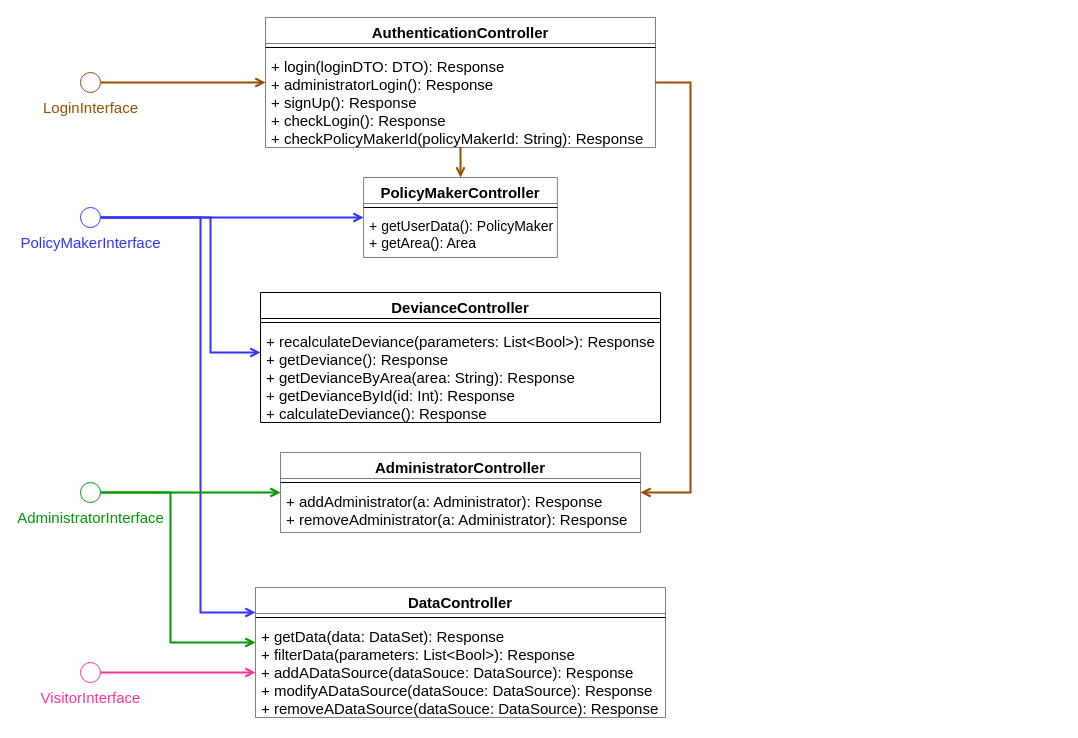
Before: page "ComponentInterfaceAdministrator" (2 of 2) of DD Diagrams/ComponentInterfaces.drawio in matteovisotto/SE2-CecchettoSirianiVisotto, a draw.io diagram. Source tidied: cells renumbered, new cells numbered last; positions are measured from the earlier drawing's top-left corner, leaving out a move shared by most shapes. Both pictures are drawn from the tidied source at 100%, with x=0, y=0 at pixel (80, 17).
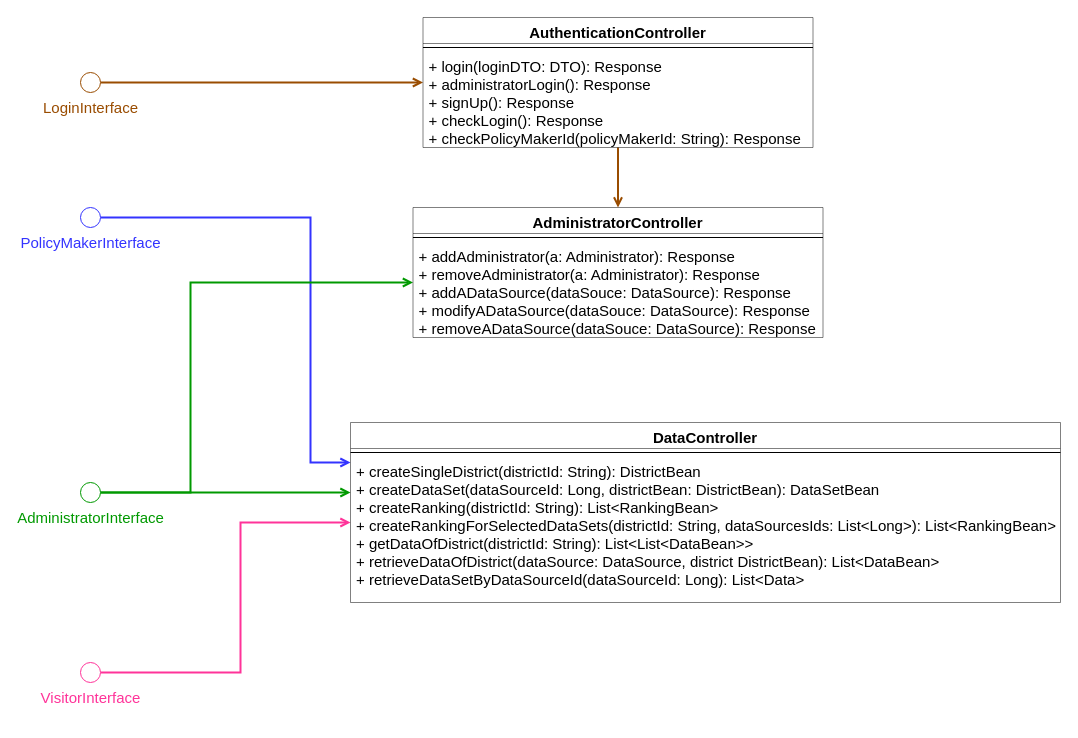
The same diagram, later.

Unchanged cells that the change refers to:
```xml
<mxCell id="5" value="&lt;font color=&quot;#3333ff&quot; style=&quot;font-size: 15px&quot;&gt;PolicyMakerInterface&lt;/font&gt;" style="verticalLabelPosition=bottom;verticalAlign=top;html=1;shape=mxgraph.flowchart.on-page_reference;strokeWidth=1;strokeColor=#3333FF;" parent="1" vertex="1">
  <mxGeometry y="190" width="20" height="20" as="geometry" />
</mxCell>
<mxCell id="10" value="&lt;font color=&quot;#009900&quot; style=&quot;font-size: 15px&quot;&gt;AdministratorInterface&lt;/font&gt;" style="verticalLabelPosition=bottom;verticalAlign=top;html=1;shape=mxgraph.flowchart.on-page_reference;strokeWidth=1;strokeColor=#009900;" parent="1" vertex="1">
  <mxGeometry y="465" width="20" height="20" as="geometry" />
</mxCell>
<mxCell id="12" value="&lt;font color=&quot;#ff3399&quot; style=&quot;font-size: 15px&quot;&gt;VisitorInterface&lt;/font&gt;" style="verticalLabelPosition=bottom;verticalAlign=top;html=1;shape=mxgraph.flowchart.on-page_reference;strokeWidth=1;strokeColor=#FF3399;" parent="1" vertex="1">
  <mxGeometry y="645" width="20" height="20" as="geometry" />
</mxCell>
```

The edit, as a diff of the source:
```diff
@@
-    <mxCell id="2" style="edgeStyle=orthogonalEdgeStyle;rounded=0;jettySize=auto;html=1;endArrow=open;endFill=0;strokeColor=#3333FF;strokeWidth=2;" parent="1" edge="1" source="5" target="16">
-      <mxGeometry relative="1" as="geometry" />
-    </mxCell>
     <mxCell id="3" style="edgeStyle=orthogonalEdgeStyle;rounded=0;jettySize=auto;html=1;exitX=1;exitY=0.5;exitDx=0;exitDy=0;exitPerimeter=0;endArrow=open;endFill=0;strokeColor=#3333FF;strokeWidth=2;" parent="1" edge="1" source="5" target="19">
       <mxGeometry relative="1" as="geometry">
         <Array as="points">
-          <mxPoint x="120" y="200" />
-          <mxPoint x="120" y="595" />
+          <mxPoint x="230" y="200" />
+          <mxPoint x="230" y="445" />
         </Array>
       </mxGeometry>
     </mxCell>
-    <mxCell id="4" style="edgeStyle=orthogonalEdgeStyle;rounded=0;jettySize=auto;html=1;exitX=1;exitY=0.5;exitDx=0;exitDy=0;exitPerimeter=0;fontColor=#000000;endArrow=open;endFill=0;strokeColor=#3333FF;strokeWidth=2;" parent="1" edge="1" source="5" target="27">
-      <mxGeometry relative="1" as="geometry">
-        <Array as="points">
-          <mxPoint x="130" y="200" />
-          <mxPoint x="130" y="335" />
-        </Array>
-      </mxGeometry>
-    </mxCell>
@@
     <mxCell id="8" style="edgeStyle=orthogonalEdgeStyle;rounded=0;jettySize=auto;html=1;endArrow=open;endFill=0;exitX=1;exitY=0.5;exitDx=0;exitDy=0;exitPerimeter=0;strokeColor=#009900;strokeWidth=2;" parent="1" edge="1" source="10" target="13">
       <mxGeometry relative="1" as="geometry">
         <Array as="points">
-          <mxPoint x="100" y="475" />
-          <mxPoint x="100" y="475" />
+          <mxPoint x="110" y="475" />
+          <mxPoint x="110" y="265" />
         </Array>
       </mxGeometry>
     </mxCell>
     <mxCell id="9" style="edgeStyle=orthogonalEdgeStyle;rounded=0;jettySize=auto;html=1;exitX=1;exitY=0.5;exitDx=0;exitDy=0;exitPerimeter=0;endArrow=open;endFill=0;strokeColor=#009900;strokeWidth=2;" parent="1" edge="1" source="10" target="19">
       <mxGeometry relative="1" as="geometry">
         <Array as="points">
-          <mxPoint x="90" y="475" />
-          <mxPoint x="90" y="625" />
+          <mxPoint x="290" y="475" />
+          <mxPoint x="290" y="475" />
         </Array>
       </mxGeometry>
     </mxCell>
@@
     <mxCell id="11" style="edgeStyle=orthogonalEdgeStyle;rounded=0;jettySize=auto;html=1;endArrow=open;endFill=0;exitX=1;exitY=0.5;exitDx=0;exitDy=0;exitPerimeter=0;strokeColor=#FF3399;strokeWidth=2;" parent="1" edge="1" source="12" target="19">
       <mxGeometry relative="1" as="geometry">
         <Array as="points">
-          <mxPoint x="20" y="655" />
+          <mxPoint x="160" y="655" />
+          <mxPoint x="160" y="505" />
         </Array>
       </mxGeometry>
     </mxCell>
@@
     <mxCell id="13" value="AdministratorController" style="swimlane;fontStyle=1;align=center;verticalAlign=top;horizontal=1;startSize=26;strokeWidth=0.5;fontSize=15;" parent="1" vertex="1">
-      <mxGeometry x="200" y="435" width="360" height="80" as="geometry" />
+      <mxGeometry x="332.5" y="190" width="410" height="130" as="geometry" />
     </mxCell>
     <mxCell id="14" style="line;strokeWidth=1;fillColor=none;align=left;verticalAlign=middle;spacingTop=-1;spacingLeft=3;spacingRight=3;labelPosition=right;" parent="13" vertex="1">
-      <mxGeometry y="26" width="360" height="8" as="geometry" />
+      <mxGeometry y="26" width="410" height="8" as="geometry" />
     </mxCell>
-    <mxCell id="15" value="+ addAdministrator(a: Administrator): Response&#10;+ removeAdministrator(a: Administrator): Response" style="text;strokeColor=none;fillColor=none;align=left;verticalAlign=top;spacingLeft=4;spacingRight=4;overflow=hidden;fontSize=15;" parent="13" vertex="1">
-      <mxGeometry y="34" width="360" height="46" as="geometry" />
+    <mxCell id="15" value="+ addAdministrator(a: Administrator): Response&#10;+ removeAdministrator(a: Administrator): Response&#10;+ addADataSource(dataSouce: DataSource): Response&#10;+ modifyADataSource(dataSouce: DataSource): Response&#10;+ removeADataSource(dataSouce: DataSource): Response" style="text;strokeColor=none;fillColor=none;align=left;verticalAlign=top;spacingLeft=4;spacingRight=4;overflow=hidden;fontSize=15;" parent="13" vertex="1">
+      <mxGeometry y="34" width="410" height="96" as="geometry" />
     </mxCell>
-    <mxCell id="16" value="PolicyMakerController" style="swimlane;fontStyle=1;align=center;verticalAlign=top;horizontal=1;startSize=26;strokeWidth=0.5;fontSize=15;" parent="1" vertex="1">
-      <mxGeometry x="283.1" y="160" width="193.8" height="80" as="geometry" />
-    </mxCell>
-    <mxCell id="17" style="line;strokeWidth=1;fillColor=none;align=left;verticalAlign=middle;spacingTop=-1;spacingLeft=3;spacingRight=3;labelPosition=right;" parent="16" vertex="1">
-      <mxGeometry y="26" width="193.8" height="8" as="geometry" />
-    </mxCell>
-    <mxCell id="18" value="+ getUserData(): PolicyMaker&#10;+ getArea(): Area" style="text;strokeColor=none;fillColor=none;align=left;verticalAlign=top;spacingLeft=4;spacingRight=4;overflow=hidden;fontSize=14;" parent="16" vertex="1">
-      <mxGeometry y="34" width="193.8" height="46" as="geometry" />
-    </mxCell>
     <mxCell id="19" value="DataController" style="swimlane;fontStyle=1;align=center;verticalAlign=top;horizontal=1;startSize=26;strokeWidth=0.5;fontSize=15;" parent="1" vertex="1">
-      <mxGeometry x="175" y="570" width="410" height="130" as="geometry" />
+      <mxGeometry x="270" y="405" width="710" height="180" as="geometry" />
     </mxCell>
     <mxCell id="20" style="line;strokeWidth=1;fillColor=none;align=left;verticalAlign=middle;spacingTop=-1;spacingLeft=3;spacingRight=3;labelPosition=right;" parent="19" vertex="1">
-      <mxGeometry y="26" width="410" height="8" as="geometry" />
+      <mxGeometry y="26" width="710" height="8" as="geometry" />
     </mxCell>
-    <mxCell id="21" value="+ getData(data: DataSet): Response&#10;+ filterData(parameters: List&lt;Bool&gt;): Response&#10;+ addADataSource(dataSouce: DataSource): Response&#10;+ modifyADataSource(dataSouce: DataSource): Response&#10;+ removeADataSource(dataSouce: DataSource): Response" style="text;strokeColor=none;fillColor=none;align=left;verticalAlign=top;spacingLeft=4;spacingRight=4;overflow=hidden;fontSize=15;" parent="19" vertex="1">
-      <mxGeometry y="34" width="410" height="96" as="geometry" />
+    <mxCell id="21" value="+ createSingleDistrict(districtId: String): DistrictBean&#10;+ createDataSet(dataSourceId: Long, districtBean: DistrictBean): DataSetBean&#10;+ createRanking(districtId: String): List&lt;RankingBean&gt;&#10;+ createRankingForSelectedDataSets(districtId: String, dataSourcesIds: List&lt;Long&gt;): List&lt;RankingBean&gt;&#10;+ getDataOfDistrict(districtId: String): List&lt;List&lt;DataBean&gt;&gt;&#10;+ retrieveDataOfDistrict(dataSource: DataSource, district DistrictBean): List&lt;DataBean&gt;&#10;+ retrieveDataSetByDataSourceId(dataSourceId: Long): List&lt;Data&gt; " style="text;strokeColor=none;fillColor=none;align=left;verticalAlign=top;spacingLeft=4;spacingRight=4;overflow=hidden;fontSize=15;" parent="19" vertex="1">
+      <mxGeometry y="34" width="710" height="146" as="geometry" />
     </mxCell>
-    <mxCell id="22" style="edgeStyle=orthogonalEdgeStyle;rounded=0;jettySize=auto;html=1;endArrow=open;endFill=0;strokeColor=#994C00;strokeWidth=2;" parent="1" edge="1" source="24" target="16">
-      <mxGeometry relative="1" as="geometry" />
-    </mxCell>
     <mxCell id="23" style="edgeStyle=orthogonalEdgeStyle;rounded=0;jettySize=auto;html=1;fontColor=#009900;endArrow=open;endFill=0;strokeColor=#994C00;strokeWidth=2;" parent="1" edge="1" source="24" target="13">
       <mxGeometry relative="1" as="geometry">
         <Array as="points">
-          <mxPoint x="610" y="65" />
-          <mxPoint x="610" y="475" />
+          <mxPoint x="720" y="65" />
+          <mxPoint x="720" y="240" />
         </Array>
       </mxGeometry>
     </mxCell>
     <mxCell id="24" value="AuthenticationController" style="swimlane;fontStyle=1;align=center;verticalAlign=top;horizontal=1;startSize=26;strokeWidth=0.5;fontSize=15;" parent="1" vertex="1">
-      <mxGeometry x="185" width="390" height="130" as="geometry" />
+      <mxGeometry x="342.5" width="390" height="130" as="geometry" />
     </mxCell>
@@
-    <mxCell id="27" value="DevianceController" style="swimlane;fontStyle=1;align=center;verticalAlign=top;horizontal=1;startSize=26;fontColor=#000000;strokeColor=#000000;fontSize=15;" parent="1" vertex="1">
-      <mxGeometry x="180" y="275" width="400" height="130" as="geometry" />
-    </mxCell>
-    <mxCell id="28" style="line;strokeWidth=1;fillColor=none;align=left;verticalAlign=middle;spacingTop=-1;spacingLeft=3;spacingRight=3;labelPosition=right;fontColor=#000000;" parent="27" vertex="1">
-      <mxGeometry y="26" width="400" height="8" as="geometry" />
-    </mxCell>
-    <mxCell id="29" value="+ recalculateDeviance(parameters: List&lt;Bool&gt;): Response&#10;+ getDeviance(): Response&#10;+ getDevianceByArea(area: String): Response&#10;+ getDevianceById(id: Int): Response&#10;+ calculateDeviance(): Response" style="text;strokeColor=none;fillColor=none;align=left;verticalAlign=top;spacingLeft=4;spacingRight=4;overflow=hidden;fontColor=#000000;fontSize=15;" parent="27" vertex="1">
-      <mxGeometry y="34" width="400" height="96" as="geometry" />
-    </mxCell>
```
